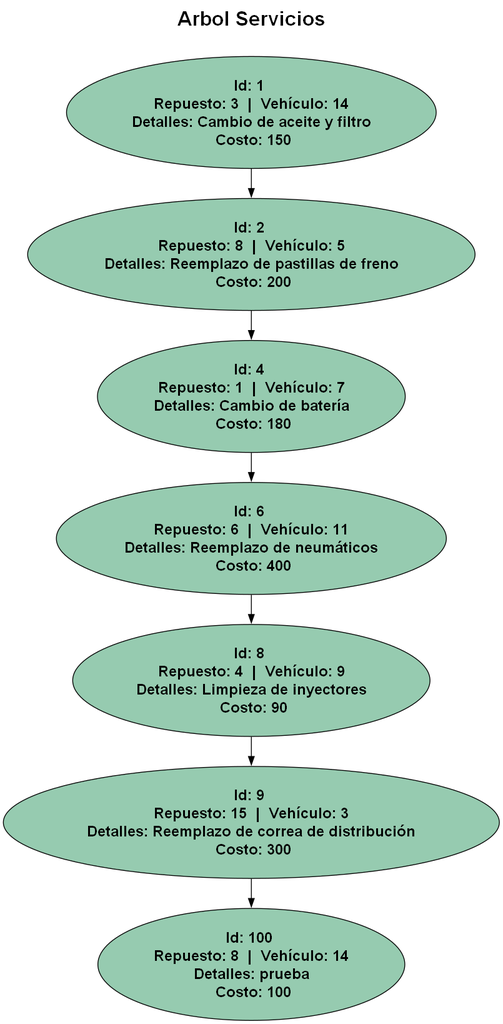
Earlier version of the Graphviz export Fase3/Reportes/servicios.png (Saloj17/-EDD-1S2025_201900081). Its source is kept beside it as Fase3/Reportes/servicios.dot.
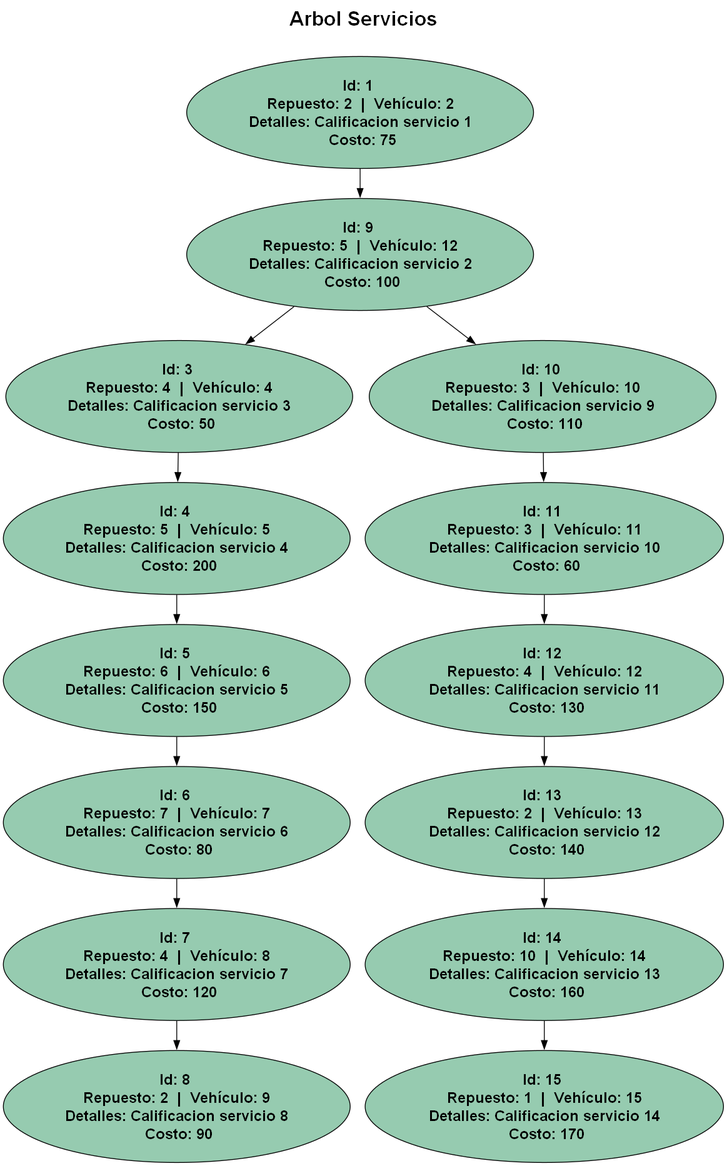
The same diagram one commit later.

Diff of the diagram source:
```diff
@@ -6,17 +6,31 @@
 labelloc = "t";
 fontsize = 24;
 fontname = "Helvetica-Bold";
- 1 [label="Id: 1 \n Repuesto: 3  |  Vehículo: 14 \n Detalles: Cambio de aceite y filtro \n Costo: 150" style="filled" fillcolor="#96cbb0" fontname="Helvetica-Bold" fontsize = 18 ];
-  1 -> 2;
- 2 [label="Id: 2 \n Repuesto: 8  |  Vehículo: 5 \n Detalles: Reemplazo de pastillas de freno \n Costo: 200" style="filled" fillcolor="#96cbb0" fontname="Helvetica-Bold" fontsize = 18 ];
-  2 -> 4;
- 4 [label="Id: 4 \n Repuesto: 1  |  Vehículo: 7 \n Detalles: Cambio de batería \n Costo: 180" style="filled" fillcolor="#96cbb0" fontname="Helvetica-Bold" fontsize = 18 ];
-  4 -> 6;
- 6 [label="Id: 6 \n Repuesto: 6  |  Vehículo: 11 \n Detalles: Reemplazo de neumáticos \n Costo: 400" style="filled" fillcolor="#96cbb0" fontname="Helvetica-Bold" fontsize = 18 ];
-  6 -> 8;
- 8 [label="Id: 8 \n Repuesto: 4  |  Vehículo: 9 \n Detalles: Limpieza de inyectores \n Costo: 90" style="filled" fillcolor="#96cbb0" fontname="Helvetica-Bold" fontsize = 18 ];
-  8 -> 9;
- 9 [label="Id: 9 \n Repuesto: 15  |  Vehículo: 3 \n Detalles: Reemplazo de correa de distribución \n Costo: 300" style="filled" fillcolor="#96cbb0" fontname="Helvetica-Bold" fontsize = 18 ];
-  9 -> 100;
- 100 [label="Id: 100 \n Repuesto: 8  |  Vehículo: 14 \n Detalles: prueba \n Costo: 100" style="filled" fillcolor="#96cbb0" fontname="Helvetica-Bold" fontsize = 18 ];
+ 1 [label="Id: 1 \n Repuesto: 2  |  Vehículo: 2 \n Detalles: Calificacion servicio 1 \n Costo: 75" style="filled" fillcolor="#96cbb0" fontname="Helvetica-Bold" fontsize = 18 ];
+  1 -> 9;
+ 9 [label="Id: 9 \n Repuesto: 5  |  Vehículo: 12 \n Detalles: Calificacion servicio 2 \n Costo: 100" style="filled" fillcolor="#96cbb0" fontname="Helvetica-Bold" fontsize = 18 ];
+  9 -> 3;
+ 3 [label="Id: 3 \n Repuesto: 4  |  Vehículo: 4 \n Detalles: Calificacion servicio 3 \n Costo: 50" style="filled" fillcolor="#96cbb0" fontname="Helvetica-Bold" fontsize = 18 ];
+  3 -> 4;
+ 4 [label="Id: 4 \n Repuesto: 5  |  Vehículo: 5 \n Detalles: Calificacion servicio 4 \n Costo: 200" style="filled" fillcolor="#96cbb0" fontname="Helvetica-Bold" fontsize = 18 ];
+  4 -> 5;
+ 5 [label="Id: 5 \n Repuesto: 6  |  Vehículo: 6 \n Detalles: Calificacion servicio 5 \n Costo: 150" style="filled" fillcolor="#96cbb0" fontname="Helvetica-Bold" fontsize = 18 ];
+  5 -> 6;
+ 6 [label="Id: 6 \n Repuesto: 7  |  Vehículo: 7 \n Detalles: Calificacion servicio 6 \n Costo: 80" style="filled" fillcolor="#96cbb0" fontname="Helvetica-Bold" fontsize = 18 ];
+  6 -> 7;
+ 7 [label="Id: 7 \n Repuesto: 4  |  Vehículo: 8 \n Detalles: Calificacion servicio 7 \n Costo: 120" style="filled" fillcolor="#96cbb0" fontname="Helvetica-Bold" fontsize = 18 ];
+  7 -> 8;
+ 8 [label="Id: 8 \n Repuesto: 2  |  Vehículo: 9 \n Detalles: Calificacion servicio 8 \n Costo: 90" style="filled" fillcolor="#96cbb0" fontname="Helvetica-Bold" fontsize = 18 ];
+  9 -> 10;
+ 10 [label="Id: 10 \n Repuesto: 3  |  Vehículo: 10 \n Detalles: Calificacion servicio 9 \n Costo: 110" style="filled" fillcolor="#96cbb0" fontname="Helvetica-Bold" fontsize = 18 ];
+  10 -> 11;
+ 11 [label="Id: 11 \n Repuesto: 3  |  Vehículo: 11 \n Detalles: Calificacion servicio 10 \n Costo: 60" style="filled" fillcolor="#96cbb0" fontname="Helvetica-Bold" fontsize = 18 ];
+  11 -> 12;
+ 12 [label="Id: 12 \n Repuesto: 4  |  Vehículo: 12 \n Detalles: Calificacion servicio 11 \n Costo: 130" style="filled" fillcolor="#96cbb0" fontname="Helvetica-Bold" fontsize = 18 ];
+  12 -> 13;
+ 13 [label="Id: 13 \n Repuesto: 2  |  Vehículo: 13 \n Detalles: Calificacion servicio 12 \n Costo: 140" style="filled" fillcolor="#96cbb0" fontname="Helvetica-Bold" fontsize = 18 ];
+  13 -> 14;
+ 14 [label="Id: 14 \n Repuesto: 10  |  Vehículo: 14 \n Detalles: Calificacion servicio 13 \n Costo: 160" style="filled" fillcolor="#96cbb0" fontname="Helvetica-Bold" fontsize = 18 ];
+  14 -> 15;
+ 15 [label="Id: 15 \n Repuesto: 1  |  Vehículo: 15 \n Detalles: Calificacion servicio 14 \n Costo: 170" style="filled" fillcolor="#96cbb0" fontname="Helvetica-Bold" fontsize = 18 ];
 }
```
